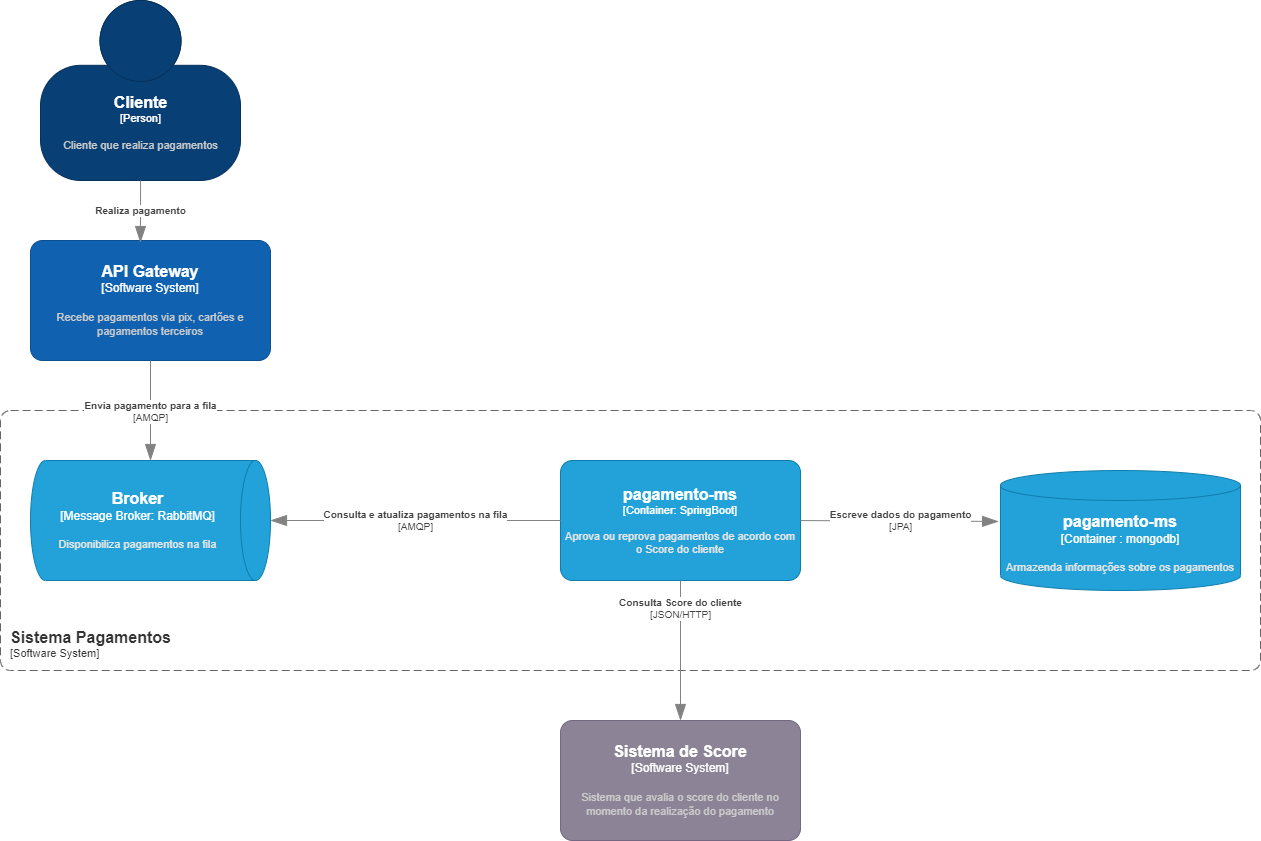
Earlier version of the draw.io export Container Pagamentos.drawio.png (felipesalvadordev/payment-system-architecture-C4). Source tidied: cells renumbered, new cells last; positions are measured from the earlier drawing's top-left corner, leaving out a move shared by most shapes.
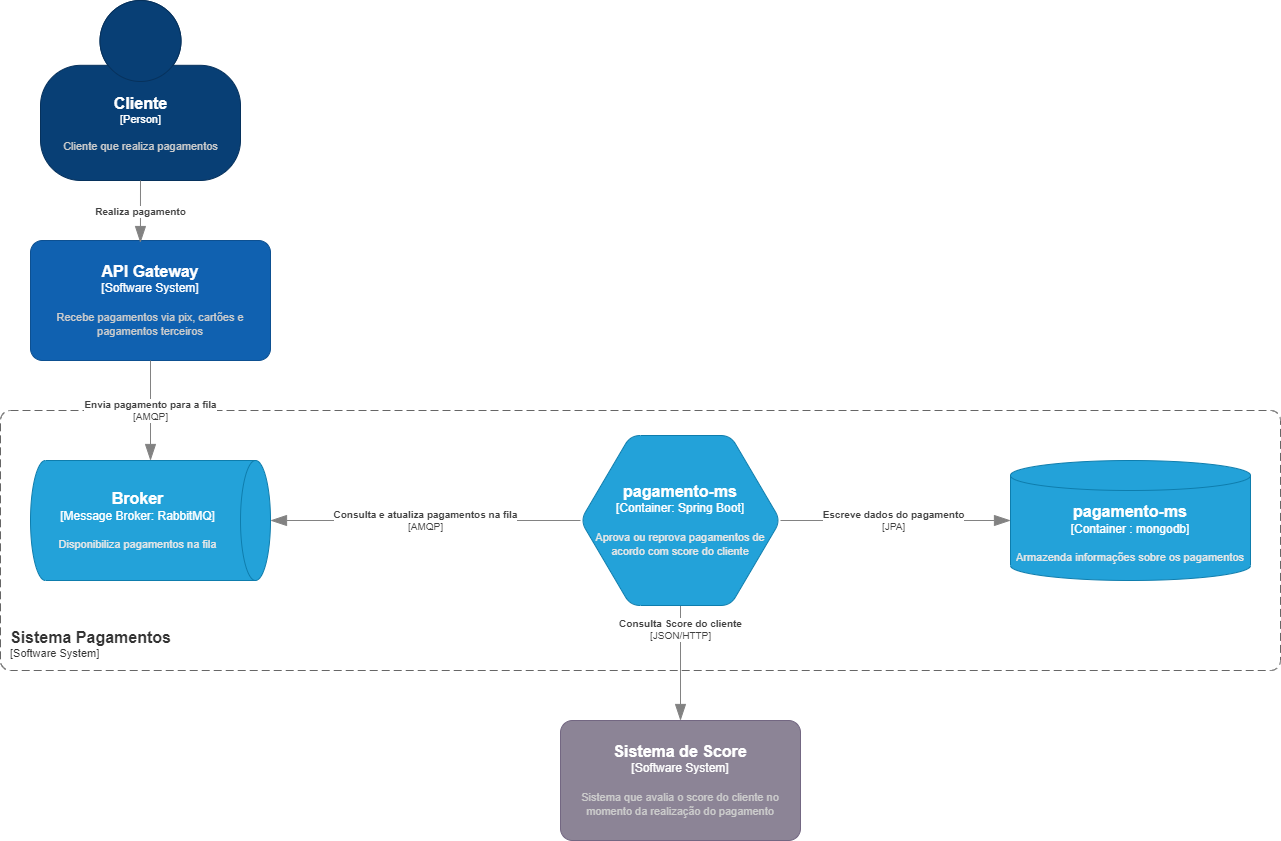
Later version of the same file.

The edit, as a diff of the source:
```diff
@@ -9,7 +9,7 @@
     </object>
     <object id="3" label="&lt;font style=&quot;font-size: 16px&quot;&gt;&lt;b&gt;&lt;div style=&quot;text-align: left&quot;&gt;%c4Name%&lt;/div&gt;&lt;/b&gt;&lt;/font&gt;&lt;div style=&quot;text-align: left&quot;&gt;[%c4Application%]&lt;/div&gt;" c4Application="Software System" c4Name="Sistema Pagamentos" c4Type="SystemScopeBoundary" placeholders="1">
       <mxCell style="rounded=1;fontSize=11;whiteSpace=wrap;html=1;dashed=1;arcSize=20;fillColor=none;strokeColor=#666666;fontColor=#333333;labelBackgroundColor=none;align=left;verticalAlign=bottom;labelBorderColor=none;spacingTop=0;spacing=10;dashPattern=8 4;perimeter=rectanglePerimeter;noLabel=0;labelPadding=0;absoluteArcSize=1;" parent="1" vertex="1">
-        <mxGeometry y="410" width="1260" height="260" as="geometry" />
+        <mxGeometry y="410" width="1280" height="260" as="geometry" />
       </mxCell>
     </object>
     <object id="4" label="&lt;font style=&quot;font-size: 16px&quot;&gt;&lt;b&gt;%c4Name%&lt;/b&gt;&lt;/font&gt;&lt;div&gt;[%c4Type%]&lt;/div&gt;&lt;br&gt;&lt;div&gt;&lt;font style=&quot;font-size: 11px&quot;&gt;&lt;font color=&quot;#cccccc&quot;&gt;%c4Description%&lt;/font&gt;&lt;/div&gt;" c4Description="Recebe pagamentos via pix, cartões e pagamentos terceiros" c4Name="API Gateway" c4Type="Software System" placeholders="1">
@@ -22,14 +22,9 @@
         <mxGeometry x="30" y="460" width="240" height="120" as="geometry" />
       </mxCell>
     </object>
-    <object id="6" label="&lt;font style=&quot;font-size: 16px&quot;&gt;&lt;b&gt;%c4Name%&lt;/b&gt;&lt;/font&gt;&lt;div&gt;[%c4Type%: %c4Technology%]&lt;/div&gt;&lt;br&gt;&lt;div&gt;&lt;font style=&quot;font-size: 11px&quot;&gt;&lt;font color=&quot;#E6E6E6&quot;&gt;%c4Description%&lt;/font&gt;&lt;/div&gt;" c4Description="Aprova ou reprova pagamentos de acordo com o Score do cliente" c4Name="pagamento-ms" c4Technology="SpringBoot" c4Type="Container" placeholders="1">
-      <mxCell style="rounded=1;whiteSpace=wrap;html=1;fontSize=11;labelBackgroundColor=none;fillColor=#23A2D9;fontColor=#ffffff;align=center;arcSize=10;strokeColor=#0E7DAD;points=[[0.25,0,0],[0.5,0,0],[0.75,0,0],[1,0.25,0],[1,0.5,0],[1,0.75,0],[0.75,1,0],[0.5,1,0],[0.25,1,0],[0,0.75,0],[0,0.5,0],[0,0.25,0]];" parent="1" vertex="1">
-        <mxGeometry x="560" y="460" width="240" height="120" as="geometry" />
-      </mxCell>
-    </object>
     <object id="7" label="&lt;font style=&quot;font-size: 16px&quot;&gt;&lt;b&gt;%c4Type%&lt;/font&gt;&lt;div&gt;[%c4Container%:&amp;nbsp;%c4Technology%]&lt;/div&gt;&lt;br&gt;&lt;div&gt;&lt;font style=&quot;font-size: 11px&quot;&gt;&lt;font color=&quot;#E6E6E6&quot;&gt;%c4Description%&lt;/font&gt;&lt;/div&gt;" c4Container="Container " c4Description="Armazenda informações sobre os pagamentos" c4Technology="mongodb" c4Type="pagamento-ms" placeholders="1">
       <mxCell style="shape=cylinder3;size=15;whiteSpace=wrap;html=1;boundedLbl=1;rounded=0;labelBackgroundColor=none;fillColor=#23A2D9;fontSize=12;fontColor=#ffffff;align=center;strokeColor=#0E7DAD;points=[[0.5,0,0],[1,0.25,0],[1,0.5,0],[1,0.75,0],[0.5,1,0],[0,0.75,0],[0,0.5,0],[0,0.25,0]];" parent="1" vertex="1">
-        <mxGeometry x="1000" y="470" width="240" height="120" as="geometry" />
+        <mxGeometry x="1010" y="460" width="240" height="120" as="geometry" />
       </mxCell>
     </object>
     <object id="8" label="&lt;font style=&quot;font-size: 16px&quot;&gt;&lt;b&gt;%c4Name%&lt;/b&gt;&lt;/font&gt;&lt;div&gt;[%c4Type%]&lt;/div&gt;&lt;br&gt;&lt;div&gt;&lt;font style=&quot;font-size: 11px&quot;&gt;&lt;font color=&quot;#cccccc&quot;&gt;%c4Description%&lt;/font&gt;&lt;/div&gt;" c4Description="Sistema que avalia o score do cliente no momento da realização do pagamento" c4Name="Sistema de Score" c4Type="Software System" placeholders="1">
@@ -48,19 +43,31 @@
       </mxCell>
     </object>
     <object id="11" label="&lt;div style=&quot;text-align: left&quot;&gt;&lt;div style=&quot;text-align: center&quot;&gt;&lt;b&gt;%c4Description%&lt;/b&gt;&lt;/div&gt;&lt;div style=&quot;text-align: center&quot;&gt;[%c4Technology%]&lt;/div&gt;&lt;/div&gt;" c4Description="Consulta e atualiza pagamentos na fila" c4Technology="AMQP" c4Type="Relationship" placeholders="1">
-      <mxCell style="endArrow=blockThin;html=1;fontSize=10;fontColor=#404040;strokeWidth=1;endFill=1;strokeColor=#828282;elbow=vertical;endSize=14;startSize=14;jumpStyle=arc;jumpSize=16;rounded=0;edgeStyle=orthogonalEdgeStyle;" parent="1" edge="1" source="6" target="5">
+      <mxCell style="endArrow=blockThin;html=1;fontSize=10;fontColor=#404040;strokeWidth=1;endFill=1;strokeColor=#828282;elbow=vertical;endSize=14;startSize=14;jumpStyle=arc;jumpSize=16;rounded=0;edgeStyle=orthogonalEdgeStyle;exitX=0;exitY=0.5;exitDx=0;exitDy=0;exitPerimeter=0;" parent="1" edge="1" source="14" target="5">
         <mxGeometry relative="1" as="geometry" />
       </mxCell>
     </object>
     <object id="12" label="&lt;div style=&quot;text-align: left&quot;&gt;&lt;div style=&quot;text-align: center&quot;&gt;&lt;b&gt;%c4Description%&lt;/b&gt;&lt;/div&gt;&lt;div style=&quot;text-align: center&quot;&gt;[%c4Technology%]&lt;/div&gt;&lt;/div&gt;" c4Description="Escreve dados do pagamento" c4Technology="JPA" c4Type="Relationship" placeholders="1">
-      <mxCell style="endArrow=blockThin;html=1;fontSize=10;fontColor=#404040;strokeWidth=1;endFill=1;strokeColor=#828282;elbow=vertical;endSize=14;startSize=14;jumpStyle=arc;jumpSize=16;rounded=0;edgeStyle=orthogonalEdgeStyle;entryX=-0.008;entryY=0.425;entryDx=0;entryDy=0;entryPerimeter=0;" parent="1" edge="1" source="6" target="7">
-        <mxGeometry relative="1" as="geometry" />
+      <mxCell style="endArrow=blockThin;html=1;fontSize=10;fontColor=#404040;strokeWidth=1;endFill=1;strokeColor=#828282;elbow=vertical;endSize=14;startSize=14;jumpStyle=arc;jumpSize=16;rounded=0;edgeStyle=orthogonalEdgeStyle;entryX=0;entryY=0.5;entryDx=0;entryDy=0;entryPerimeter=0;" parent="1" edge="1" source="14" target="7">
+        <mxGeometry relative="1" as="geometry">
+          <Array as="points">
+            <mxPoint x="880" y="520" />
+            <mxPoint x="880" y="518" />
+            <mxPoint x="890" y="518" />
+            <mxPoint x="890" y="520" />
+          </Array>
+        </mxGeometry>
       </mxCell>
     </object>
     <object id="13" label="&lt;div style=&quot;text-align: left&quot;&gt;&lt;div style=&quot;text-align: center&quot;&gt;&lt;b&gt;%c4Description%&lt;/b&gt;&lt;/div&gt;&lt;div style=&quot;text-align: center&quot;&gt;[%c4Technology%]&lt;/div&gt;&lt;/div&gt;" c4Description="Consulta Score do cliente" c4Technology="JSON/HTTP" c4Type="Relationship" placeholders="1">
-      <mxCell style="endArrow=blockThin;html=1;fontSize=10;fontColor=#404040;strokeWidth=1;endFill=1;strokeColor=#828282;elbow=vertical;endSize=14;startSize=14;jumpStyle=arc;jumpSize=16;rounded=0;edgeStyle=orthogonalEdgeStyle;entryX=0.5;entryY=0;entryDx=0;entryDy=0;entryPerimeter=0;" parent="1" edge="1" source="6" target="8">
+      <mxCell style="endArrow=blockThin;html=1;fontSize=10;fontColor=#404040;strokeWidth=1;endFill=1;strokeColor=#828282;elbow=vertical;endSize=14;startSize=14;jumpStyle=arc;jumpSize=16;rounded=0;edgeStyle=orthogonalEdgeStyle;entryX=0.5;entryY=0;entryDx=0;entryDy=0;entryPerimeter=0;" parent="1" edge="1" source="14" target="8">
         <mxGeometry x="-0.59" relative="1" as="geometry" />
       </mxCell>
     </object>
+    <object id="14" label="&lt;font style=&quot;font-size: 16px&quot;&gt;&lt;b&gt;%c4Type%&lt;/font&gt;&lt;div&gt;[%c4Container%:&amp;nbsp;%c4Technology%]&lt;/div&gt;&lt;br&gt;&lt;div&gt;&lt;font style=&quot;font-size: 11px&quot;&gt;&lt;font color=&quot;#E6E6E6&quot;&gt;%c4Description%&lt;/font&gt;&lt;/div&gt;" c4Container="Container" c4Description="Aprova ou reprova pagamentos de acordo com score do cliente" c4Technology="Spring Boot" c4Type="pagamento-ms" placeholders="1">
+      <mxCell style="shape=hexagon;size=50;perimeter=hexagonPerimeter2;whiteSpace=wrap;html=1;fixedSize=1;rounded=1;labelBackgroundColor=none;fillColor=#23A2D9;fontSize=12;fontColor=#ffffff;align=center;strokeColor=#0E7DAD;points=[[0.5,0,0],[1,0.25,0],[1,0.5,0],[1,0.75,0],[0.5,1,0],[0,0.75,0],[0,0.5,0],[0,0.25,0]];" parent="1" vertex="1">
+        <mxGeometry x="580" y="435" width="200" height="170" as="geometry" />
+      </mxCell>
+    </object>
   </root>
 </mxGraphModel>
```
